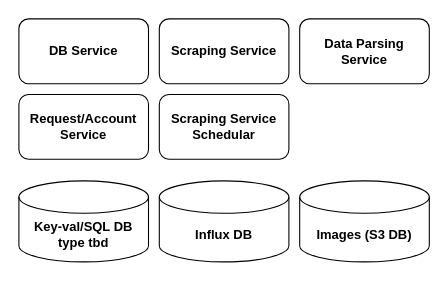
Above: page "Services Diagram" (3 of 6) of design/System Design.drawio in jacob-petterle/turo-scraper (draw.io), before the change. Source tidied: cells renumbered, new cells numbered last; positions are measured from the earlier drawing's top-left corner, leaving out a move shared by most shapes. Both pictures are drawn from the tidied source at 108%, with x=0, y=0 at pixel (18, 18).
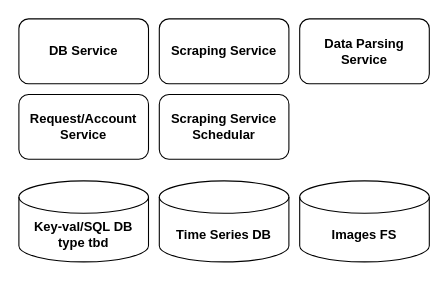
Above is the later version.

Change to the diagram source:
```diff
@@
 <mxGraphModel>
   <root>
     <mxCell id="0" />
     <mxCell id="1" parent="0" />
     <mxCell id="2" value="&lt;b&gt;Request/Account Service&lt;/b&gt;" style="rounded=1;whiteSpace=wrap;html=1;" parent="1" vertex="1">
       <mxGeometry y="70" width="120" height="60" as="geometry" />
     </mxCell>
     <mxCell id="3" value="&lt;b&gt;DB Service&lt;/b&gt;" style="rounded=1;whiteSpace=wrap;html=1;" parent="1" vertex="1">
       <mxGeometry width="120" height="60" as="geometry" />
     </mxCell>
     <mxCell id="4" value="&lt;b&gt;Scraping Service&lt;/b&gt;" style="rounded=1;whiteSpace=wrap;html=1;" parent="1" vertex="1">
       <mxGeometry x="130" width="120" height="60" as="geometry" />
     </mxCell>
     <mxCell id="5" value="&lt;b&gt;Scraping Service Schedular&lt;/b&gt;" style="rounded=1;whiteSpace=wrap;html=1;" parent="1" vertex="1">
       <mxGeometry x="130" y="70" width="120" height="60" as="geometry" />
     </mxCell>
-    <mxCell id="6" value="&lt;b&gt;Influx DB&lt;/b&gt;" style="shape=cylinder3;whiteSpace=wrap;html=1;boundedLbl=1;backgroundOutline=1;size=15;" parent="1" vertex="1">
+    <mxCell id="6" value="&lt;b&gt;Time Series DB&lt;/b&gt;" style="shape=cylinder3;whiteSpace=wrap;html=1;boundedLbl=1;backgroundOutline=1;size=15;" parent="1" vertex="1">
       <mxGeometry x="130" y="150" width="120" height="75" as="geometry" />
     </mxCell>
     <mxCell id="7" value="&lt;b&gt;Key-val/SQL DB&lt;br&gt;type tbd&lt;/b&gt;" style="shape=cylinder3;whiteSpace=wrap;html=1;boundedLbl=1;backgroundOutline=1;size=15;" parent="1" vertex="1">
       <mxGeometry y="150" width="120" height="75" as="geometry" />
     </mxCell>
     <mxCell id="8" value="&lt;b&gt;Data Parsing Service&lt;/b&gt;" style="rounded=1;whiteSpace=wrap;html=1;" parent="1" vertex="1">
       <mxGeometry x="260" width="120" height="60" as="geometry" />
     </mxCell>
-    <mxCell id="9" value="&lt;b&gt;Images (S3 DB)&lt;/b&gt;" style="shape=cylinder3;whiteSpace=wrap;html=1;boundedLbl=1;backgroundOutline=1;size=15;" parent="1" vertex="1">
+    <mxCell id="9" value="&lt;b&gt;Images FS&lt;/b&gt;" style="shape=cylinder3;whiteSpace=wrap;html=1;boundedLbl=1;backgroundOutline=1;size=15;" parent="1" vertex="1">
       <mxGeometry x="260" y="150" width="120" height="75" as="geometry" />
     </mxCell>
   </root>
 </mxGraphModel>
```
